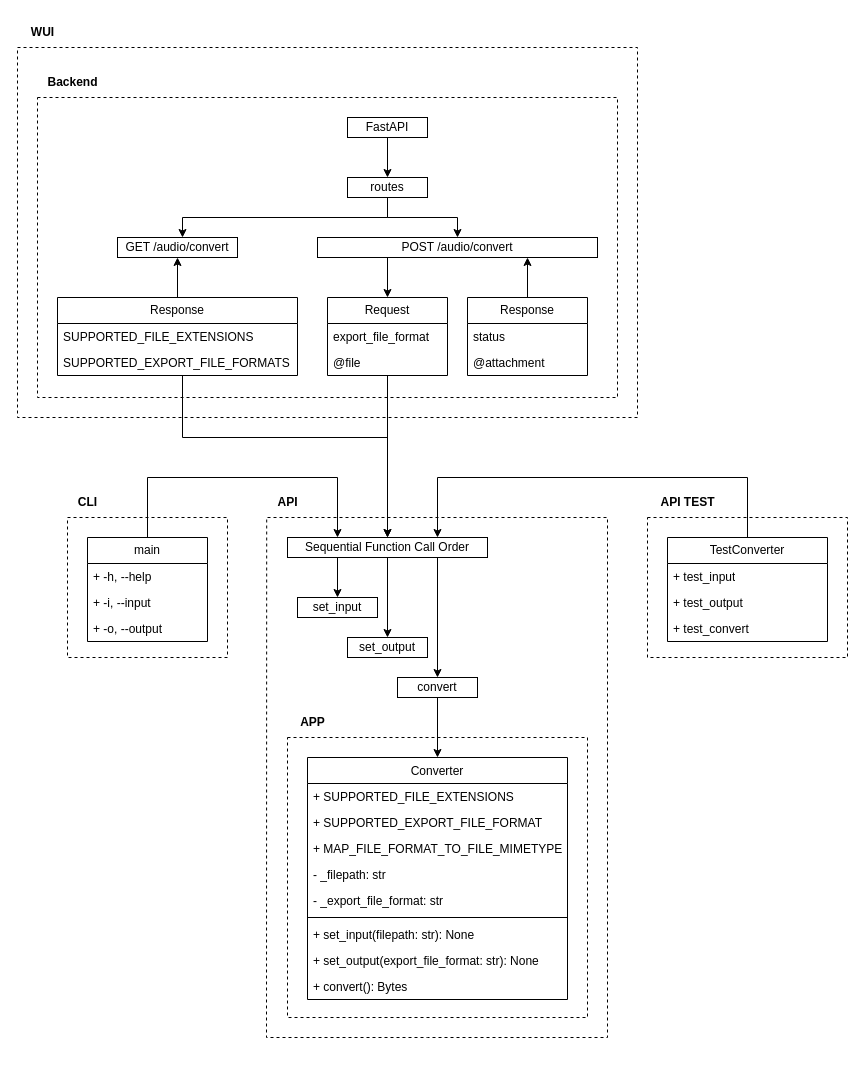
Before: page "WUI" (5 of 5) of _readme/Diagram.drawio in ames0k0/TP--Audio-File-Converter, a draw.io diagram. Source tidied: cells renumbered, new cells numbered last; positions are measured from the earlier drawing's top-left corner, leaving out a move shared by most shapes. Both pictures are drawn from the tidied source at 100%, with x=0, y=0 at pixel (17, 17).
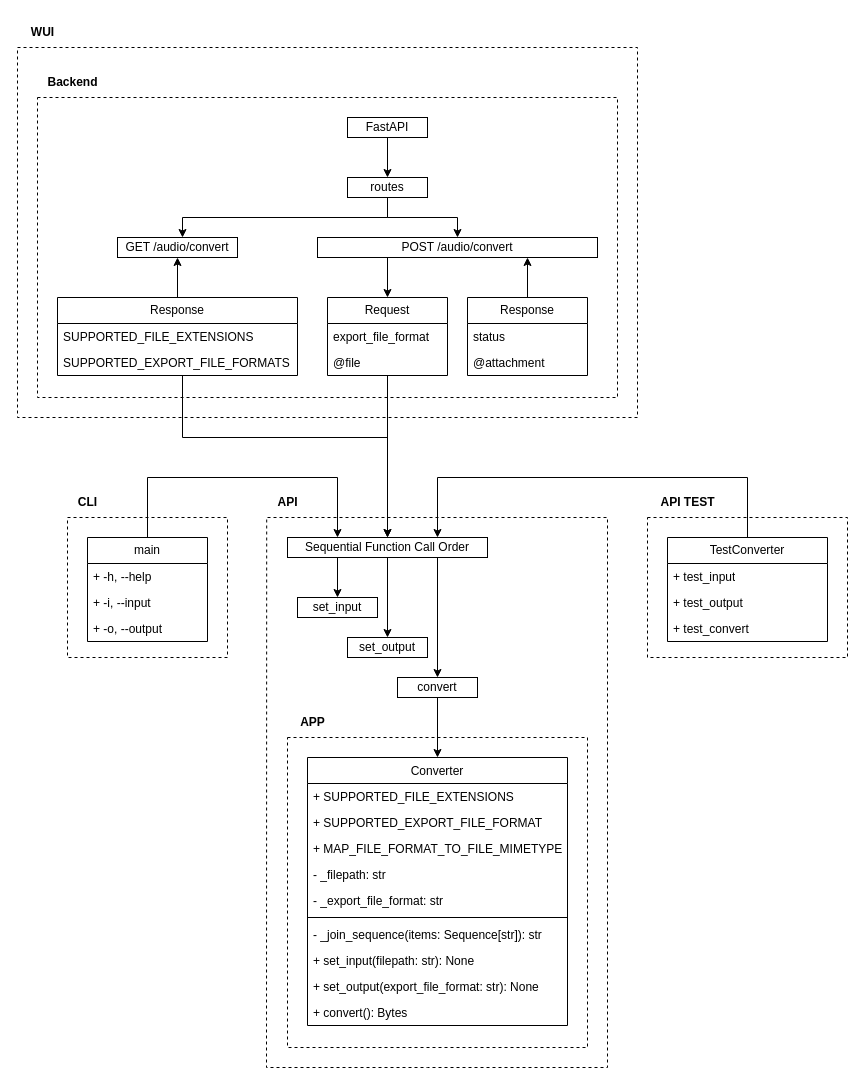
After the change.

Unchanged cells that the change refers to:
```xml
<mxCell id="5" value="&lt;b&gt;API&lt;/b&gt;" style="text;html=1;align=center;verticalAlign=middle;points=[];strokeColor=none;fillColor=none;" parent="1" vertex="1">
  <mxGeometry x="250" y="470" width="40" height="30" as="geometry" />
</mxCell>
```

Diff of the diagram source:
```diff
@@
     <mxCell id="4" style="endArrow=none;dashed=1;html=1;rounded=0;entryX=-0.02;entryY=1.013;entryDx=0;entryDy=0;entryPerimeter=0;" parent="1" edge="1" target="5">
       <mxGeometry relative="1" as="geometry">
         <mxPoint x="250" y="500" as="sourcePoint" />
         <Array as="points">
           <mxPoint x="590" y="500" />
           <mxPoint x="590" y="820" />
-          <mxPoint x="590" y="1020" />
-          <mxPoint x="410" y="1020" />
-          <mxPoint x="249" y="1020" />
+          <mxPoint x="590" y="1050" />
+          <mxPoint x="410" y="1050" />
+          <mxPoint x="249" y="1050" />
         </Array>
       </mxGeometry>
     </mxCell>
@@
     <mxCell id="13" style="endArrow=none;dashed=1;html=1;rounded=0;" parent="1" edge="1">
       <mxGeometry relative="1" as="geometry">
         <mxPoint x="270" y="720" as="sourcePoint" />
         <mxPoint x="270" y="720" as="targetPoint" />
         <Array as="points">
           <mxPoint x="430" y="720" />
           <mxPoint x="570" y="720" />
-          <mxPoint x="570" y="1000" />
-          <mxPoint x="270" y="1000" />
+          <mxPoint x="570" y="1030" />
+          <mxPoint x="270" y="1030" />
         </Array>
       </mxGeometry>
     </mxCell>
@@
     <mxCell id="15" value="&lt;span style=&quot;font-weight: normal;&quot;&gt;Converter&lt;/span&gt;" style="swimlane;fontStyle=1;align=center;verticalAlign=top;horizontal=1;startSize=26;whiteSpace=wrap;html=1;" parent="1" vertex="1">
-      <mxGeometry x="290" y="740" width="260" height="242" as="geometry" />
+      <mxGeometry x="290" y="740" width="260" height="268" as="geometry" />
     </mxCell>
@@
+    <mxCell id="63" value="- _join_sequence(items: Sequence[str]): str" style="text;strokeColor=none;fillColor=none;align=left;verticalAlign=top;spacingLeft=4;spacingRight=4;overflow=hidden;whiteSpace=wrap;html=1;" parent="15" vertex="1">
+      <mxGeometry y="164" width="260" height="26" as="geometry" />
+    </mxCell>
     <mxCell id="22" value="+ set_input(filepath: str): None" style="text;strokeColor=none;fillColor=none;align=left;verticalAlign=top;spacingLeft=4;spacingRight=4;overflow=hidden;whiteSpace=wrap;html=1;" parent="15" vertex="1">
-      <mxGeometry y="164" width="260" height="26" as="geometry" />
+      <mxGeometry y="190" width="260" height="26" as="geometry" />
     </mxCell>
     <mxCell id="23" value="+ set_output(export_file_format: str): None" style="text;strokeColor=none;fillColor=none;align=left;verticalAlign=top;spacingLeft=4;spacingRight=4;overflow=hidden;whiteSpace=wrap;html=1;" parent="15" vertex="1">
-      <mxGeometry y="190" width="260" height="26" as="geometry" />
+      <mxGeometry y="216" width="260" height="26" as="geometry" />
     </mxCell>
     <mxCell id="24" value="+ convert(): Bytes" style="text;strokeColor=none;fillColor=none;align=left;verticalAlign=top;spacingLeft=4;spacingRight=4;overflow=hidden;whiteSpace=wrap;html=1;" parent="15" vertex="1">
-      <mxGeometry y="216" width="260" height="26" as="geometry" />
+      <mxGeometry y="242" width="260" height="26" as="geometry" />
     </mxCell>
```
